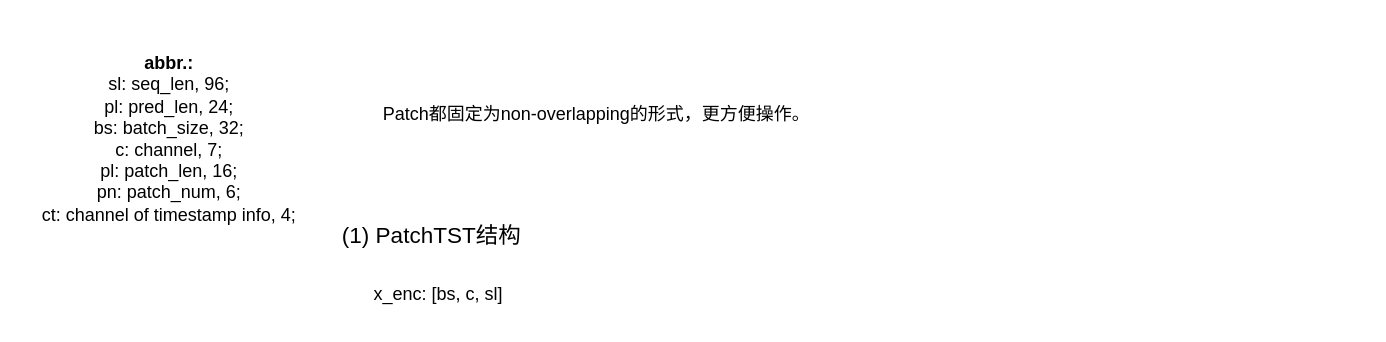
The draw.io diagram TSF_Transformer架构探讨.drawio in HALF111/Research_figures, before the edit. Source tidied: cells renumbered, new cells numbered last; positions are measured from the earlier drawing's top-left corner, leaving out a move shared by most shapes. Both pictures are drawn from the tidied source at 150%, with x=0, y=0 at pixel (26, 40).
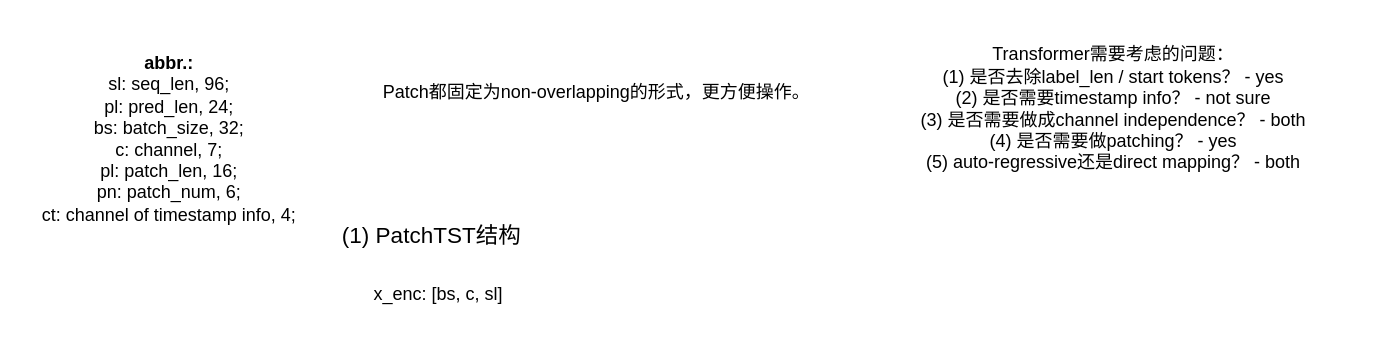
The same diagram, later.

Commit message (it also covers changes not shown here):
更新TSF_Transformer架构探讨.drawio

Diff of the diagram source:
```diff
@@
 <mxGraphModel>
   <root>
     <mxCell id="0" />
     <mxCell id="1" parent="0" />
     <mxCell id="2" value="x_enc: [bs, c, sl]" style="text;html=1;align=center;verticalAlign=middle;whiteSpace=wrap;rounded=0;" parent="1" vertex="1">
       <mxGeometry x="200" y="154" width="150" height="30" as="geometry" />
     </mxCell>
     <mxCell id="3" value="&lt;font style=&quot;font-size: 15px;&quot;&gt;(1) PatchTST结构&lt;/font&gt;" style="text;html=1;align=center;verticalAlign=middle;strokeColor=none;fillColor=none;" parent="1" vertex="1">
       <mxGeometry x="200" y="114" width="140" height="30" as="geometry" />
     </mxCell>
     <mxCell id="4" value="&lt;b&gt;abbr.:&lt;/b&gt;&lt;div&gt;sl: seq_len, 96;&lt;/div&gt;&lt;div&gt;pl: pred_len, 24;&lt;/div&gt;&lt;div&gt;bs: batch_size, 32;&lt;/div&gt;&lt;div&gt;c: channel, 7;&lt;/div&gt;&lt;div&gt;pl: patch_len, 16;&lt;/div&gt;&lt;div&gt;pn: patch_num, 6;&lt;/div&gt;&lt;div&gt;ct: channel of timestamp info, 4;&lt;/div&gt;" style="text;html=1;align=center;verticalAlign=middle;strokeColor=none;fillColor=none;" parent="1" vertex="1">
       <mxGeometry width="190" height="130" as="geometry" />
     </mxCell>
     <mxCell id="5" value="Patch都固定为non-overlapping的形式，更方便操作。" style="text;html=1;align=center;verticalAlign=middle;strokeColor=none;fillColor=none;" parent="1" vertex="1">
-      <mxGeometry x="225" y="34" width="310" height="30" as="geometry" />
+      <mxGeometry x="225" y="19" width="310" height="30" as="geometry" />
     </mxCell>
+    <mxCell id="6" value="Transformer需要考虑的问题：&lt;div&gt;(1) 是否去除label_len / start tokens？ - yes&lt;/div&gt;&lt;div&gt;(2) 是否需要timestamp info？ - not sure&lt;/div&gt;&lt;div&gt;(3) 是否需要做成channel independence？ - both&lt;/div&gt;&lt;div&gt;(4) 是否需要做patching？ - yes&lt;/div&gt;&lt;div&gt;(5) auto-regressive还是direct mapping？ - both&lt;/div&gt;" style="text;html=1;align=center;verticalAlign=middle;whiteSpace=wrap;rounded=0;" parent="1" vertex="1">
+      <mxGeometry x="560" y="-10" width="330" height="110" as="geometry" />
+    </mxCell>
   </root>
 </mxGraphModel>
```
